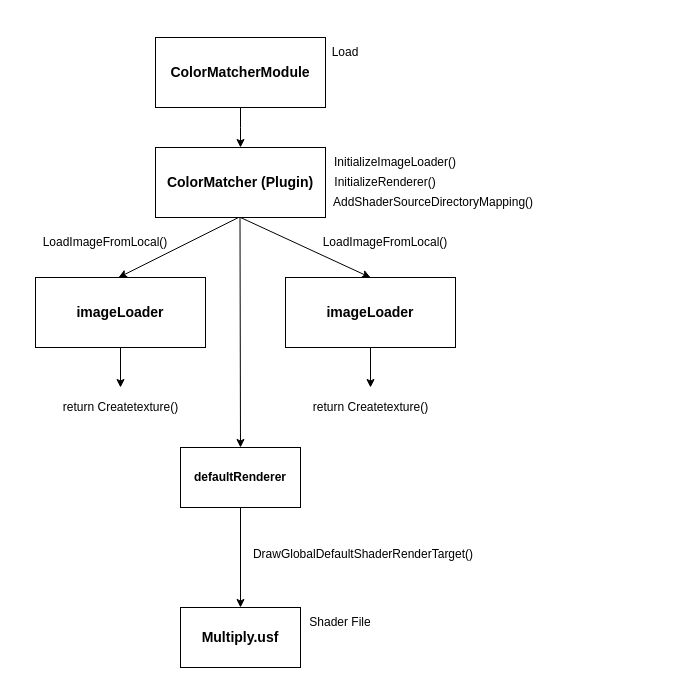
LimSeokHyun1/Nestjs_Practice keeps this draw.io diagram as 제목 없는 다이어그램.drawio. Above is the earlier version. Source tidied: cells renumbered, new cells numbered last; positions are measured from the earlier drawing's top-left corner, leaving out a move shared by most shapes. Both pictures are drawn from the tidied source at 100%, with x=0, y=0 at pixel (27, 37).
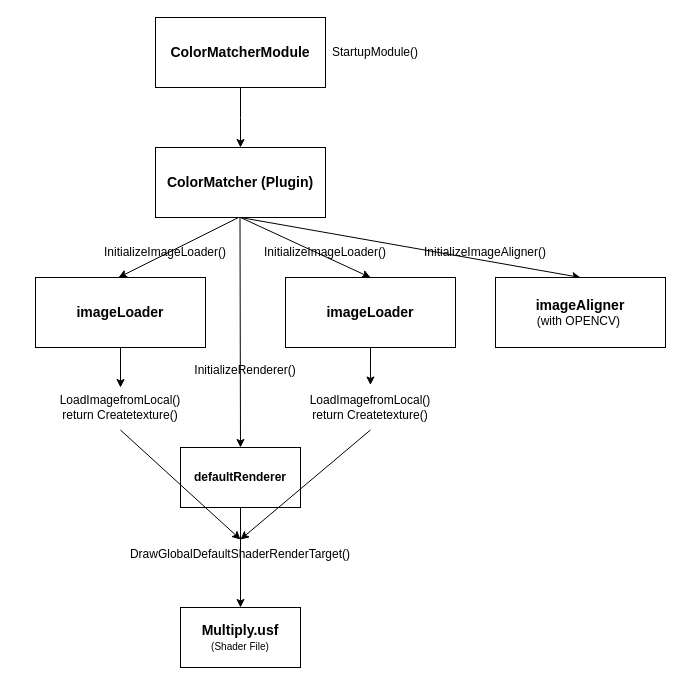
After the change.

Commit message:
제목 없는 다이어그램.drawio 업데이트

The change refers to these unchanged cells:
```xml
<mxCell id="4" value="&lt;b&gt;&lt;font style=&quot;font-size: 14px;&quot;&gt;ColorMatcher (Plugin)&lt;/font&gt;&lt;/b&gt;" style="rounded=0;whiteSpace=wrap;html=1;" parent="1" vertex="1">
  <mxGeometry x="128" y="110" width="170" height="70" as="geometry" />
</mxCell>
<mxCell id="8" value="&lt;b style=&quot;border-color: var(--border-color);&quot;&gt;&lt;font style=&quot;border-color: var(--border-color); font-size: 14px;&quot;&gt;imageLoader&lt;/font&gt;&lt;/b&gt;" style="rounded=0;whiteSpace=wrap;html=1;" parent="1" vertex="1">
  <mxGeometry x="258" y="240" width="170" height="70" as="geometry" />
</mxCell>
```

Change to the diagram source:
```diff
@@
     <mxCell id="3" value="&lt;b&gt;&lt;font style=&quot;font-size: 14px;&quot;&gt;ColorMatcherModule&lt;/font&gt;&lt;/b&gt;" style="rounded=0;whiteSpace=wrap;html=1;" parent="1" vertex="1">
-      <mxGeometry x="128" width="170" height="70" as="geometry" />
+      <mxGeometry x="128" y="-20" width="170" height="70" as="geometry" />
     </mxCell>
@@
-    <mxCell id="9" value="LoadImageFromLocal()" style="text;html=1;strokeColor=none;fillColor=none;align=center;verticalAlign=middle;whiteSpace=wrap;rounded=0;" parent="1" vertex="1">
-      <mxGeometry x="48" y="190" width="60" height="30" as="geometry" />
-    </mxCell>
-    <mxCell id="10" value="LoadImageFromLocal()" style="text;html=1;strokeColor=none;fillColor=none;align=center;verticalAlign=middle;whiteSpace=wrap;rounded=0;" parent="1" vertex="1">
-      <mxGeometry x="328" y="190" width="60" height="30" as="geometry" />
-    </mxCell>
@@
-    <mxCell id="12" style="endArrow=classic;html=1;rounded=0;exitX=0.5;exitY=1;exitDx=0;exitDy=0;" parent="1" edge="1" source="8">
-      <mxGeometry relative="1" as="geometry">
-        <mxPoint x="343" y="350" as="targetPoint" />
-      </mxGeometry>
+    <mxCell id="12" style="endArrow=classic;html=1;rounded=0;exitX=0.5;exitY=1;exitDx=0;exitDy=0;entryX=0.5;entryY=0;entryDx=0;entryDy=0;" parent="1" edge="1" source="8" target="28">
+      <mxGeometry relative="1" as="geometry" />
     </mxCell>
-    <mxCell id="13" value="return Createtexture()" style="text;html=1;strokeColor=none;fillColor=none;align=center;verticalAlign=middle;whiteSpace=wrap;rounded=0;" parent="1" vertex="1">
-      <mxGeometry x="0.5" y="355" width="185" height="30" as="geometry" />
+    <mxCell id="13" value="LoadImagefromLocal()&lt;br style=&quot;border-color: var(--border-color);&quot;&gt;return Createtexture()" style="text;html=1;strokeColor=none;fillColor=none;align=center;verticalAlign=middle;whiteSpace=wrap;rounded=0;" parent="1" vertex="1">
+      <mxGeometry x="-10.8" y="347.5" width="207.5" height="45" as="geometry" />
     </mxCell>
-    <mxCell id="14" value="return Createtexture()" style="text;html=1;strokeColor=none;fillColor=none;align=center;verticalAlign=middle;whiteSpace=wrap;rounded=0;" parent="1" vertex="1">
-      <mxGeometry x="250.5" y="355" width="185" height="30" as="geometry" />
-    </mxCell>
@@
-    <mxCell id="18" value="&lt;b style=&quot;border-color: var(--border-color);&quot;&gt;&lt;font style=&quot;border-color: var(--border-color); font-size: 14px;&quot;&gt;Multiply.usf&lt;/font&gt;&lt;/b&gt;" style="rounded=0;whiteSpace=wrap;html=1;" parent="1" vertex="1">
+    <mxCell id="18" value="&lt;span style=&quot;border-color: var(--border-color);&quot;&gt;&lt;font style=&quot;border-color: var(--border-color);&quot;&gt;&lt;b style=&quot;font-size: 14px;&quot;&gt;Multiply.usf&lt;/b&gt;&lt;br&gt;&lt;font style=&quot;font-size: 10px;&quot;&gt;(Shader File)&lt;/font&gt;&lt;br&gt;&lt;/font&gt;&lt;/span&gt;" style="rounded=0;whiteSpace=wrap;html=1;" parent="1" vertex="1">
       <mxGeometry x="153" y="570" width="120" height="60" as="geometry" />
     </mxCell>
     <mxCell id="19" value="DrawGlobalDefaultShaderRenderTarget()" style="text;html=1;strokeColor=none;fillColor=none;align=center;verticalAlign=middle;whiteSpace=wrap;rounded=0;" parent="1" vertex="1">
-      <mxGeometry x="218" y="502" width="236" height="30" as="geometry" />
+      <mxGeometry x="95" y="502" width="236" height="30" as="geometry" />
     </mxCell>
-    <mxCell id="20" value="Load" style="text;html=1;strokeColor=none;fillColor=none;align=center;verticalAlign=middle;whiteSpace=wrap;rounded=0;" parent="1" vertex="1">
-      <mxGeometry x="288" width="60" height="30" as="geometry" />
-    </mxCell>
     <mxCell id="21" value="InitializeImageLoader()" style="text;html=1;strokeColor=none;fillColor=none;align=center;verticalAlign=middle;whiteSpace=wrap;rounded=0;" parent="1" vertex="1">
-      <mxGeometry x="338" y="110" width="60" height="30" as="geometry" />
+      <mxGeometry x="108" y="200" width="60" height="30" as="geometry" />
     </mxCell>
     <mxCell id="22" value="InitializeRenderer()" style="text;html=1;strokeColor=none;fillColor=none;align=center;verticalAlign=middle;whiteSpace=wrap;rounded=0;" parent="1" vertex="1">
-      <mxGeometry x="328" y="130" width="60" height="30" as="geometry" />
+      <mxGeometry x="188" y="317.5" width="60" height="30" as="geometry" />
     </mxCell>
-    <mxCell id="23" value="AddShaderSourceDirectoryMapping()" style="text;html=1;strokeColor=none;fillColor=none;align=center;verticalAlign=middle;whiteSpace=wrap;rounded=0;" parent="1" vertex="1">
-      <mxGeometry x="375.5" y="150" width="60" height="30" as="geometry" />
-    </mxCell>
-    <mxCell id="24" value="Shader File" style="text;html=1;strokeColor=none;fillColor=none;align=center;verticalAlign=middle;whiteSpace=wrap;rounded=0;" parent="1" vertex="1">
-      <mxGeometry x="268" y="570" width="90" height="30" as="geometry" />
-    </mxCell>
+    <mxCell id="25" value="InitializeImageAligner()" style="text;html=1;strokeColor=none;fillColor=none;align=center;verticalAlign=middle;whiteSpace=wrap;rounded=0;" parent="1" vertex="1">
+      <mxGeometry x="428" y="200" width="60" height="30" as="geometry" />
+    </mxCell>
+    <mxCell id="26" style="endArrow=classic;html=1;rounded=0;exitX=0.5;exitY=1;exitDx=0;exitDy=0;entryX=0.5;entryY=0;entryDx=0;entryDy=0;" parent="1" edge="1" source="28" target="19">
+      <mxGeometry relative="1" as="geometry" />
+    </mxCell>
+    <mxCell id="27" style="endArrow=classic;html=1;rounded=0;exitX=0.5;exitY=1;exitDx=0;exitDy=0;entryX=0.5;entryY=0;entryDx=0;entryDy=0;" parent="1" edge="1" source="13" target="19">
+      <mxGeometry relative="1" as="geometry" />
+    </mxCell>
+    <mxCell id="28" value="LoadImagefromLocal()&lt;br style=&quot;border-color: var(--border-color);&quot;&gt;return Createtexture()" style="text;html=1;strokeColor=none;fillColor=none;align=center;verticalAlign=middle;whiteSpace=wrap;rounded=0;" parent="1" vertex="1">
+      <mxGeometry x="239.2" y="347.5" width="207.5" height="45" as="geometry" />
+    </mxCell>
+    <mxCell id="29" value="StartupModule()" style="text;html=1;strokeColor=none;fillColor=none;align=center;verticalAlign=middle;whiteSpace=wrap;rounded=0;" parent="1" vertex="1">
+      <mxGeometry x="318" width="60" height="30" as="geometry" />
+    </mxCell>
+    <mxCell id="30" style="endArrow=classic;html=1;rounded=0;exitX=0.5;exitY=1;exitDx=0;exitDy=0;entryX=0.5;entryY=0;entryDx=0;entryDy=0;" parent="1" edge="1" source="4" target="31">
+      <mxGeometry relative="1" as="geometry" />
+    </mxCell>
+    <mxCell id="31" value="&lt;font style=&quot;&quot;&gt;&lt;b style=&quot;font-size: 14px;&quot;&gt;imageAligner&lt;br&gt;&lt;/b&gt;&lt;font style=&quot;font-size: 12px;&quot;&gt;(with OPENCV)&lt;b style=&quot;&quot;&gt;&amp;nbsp;&lt;/b&gt;&lt;/font&gt;&lt;/font&gt;" style="rounded=0;whiteSpace=wrap;html=1;" parent="1" vertex="1">
+      <mxGeometry x="468" y="240" width="170" height="70" as="geometry" />
+    </mxCell>
+    <mxCell id="32" value="InitializeImageLoader()" style="text;html=1;strokeColor=none;fillColor=none;align=center;verticalAlign=middle;whiteSpace=wrap;rounded=0;" parent="1" vertex="1">
+      <mxGeometry x="268" y="200" width="60" height="30" as="geometry" />
+    </mxCell>
```
